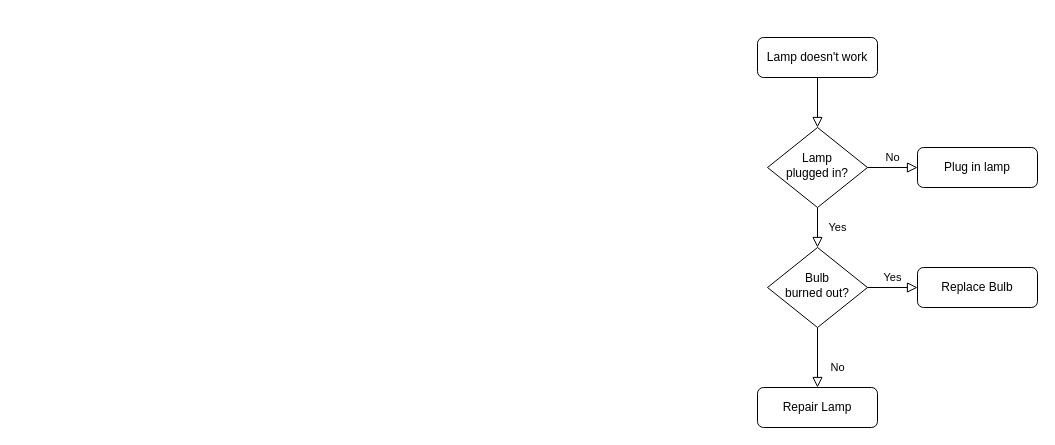
The draw.io diagram Diagrama sem nome.drawio in Punchzin/AulasDS, before the edit. Source tidied: cells renumbered, new cells numbered last; positions are measured from the earlier drawing's top-left corner, leaving out a move shared by most shapes. Both pictures are drawn from the tidied source at 100%, with x=0, y=0 at pixel (757, 37).
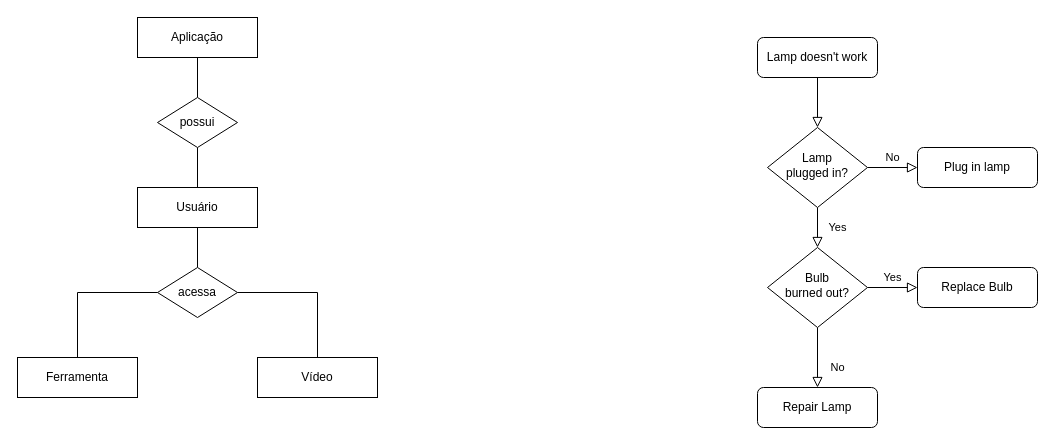
The same diagram, later.

What changed in the source:
```diff
@@
+    <mxCell id="13" style="edgeStyle=orthogonalEdgeStyle;rounded=0;jettySize=auto;html=1;entryX=0.5;entryY=0;entryDx=0;entryDy=0;endArrow=none;endFill=0;" parent="1" edge="1" source="14" target="16">
+      <mxGeometry relative="1" as="geometry" />
+    </mxCell>
+    <mxCell id="14" value="Aplicação" style="rounded=0;whiteSpace=wrap;html=1;" parent="1" vertex="1">
+      <mxGeometry x="-620" y="-20" width="120" height="40" as="geometry" />
+    </mxCell>
+    <mxCell id="15" style="edgeStyle=orthogonalEdgeStyle;shape=connector;rounded=0;jettySize=auto;html=1;labelBackgroundColor=default;strokeColor=default;align=center;verticalAlign=middle;fontFamily=Helvetica;fontSize=11;fontColor=default;endArrow=none;endFill=0;" parent="1" edge="1" source="16" target="18">
+      <mxGeometry relative="1" as="geometry" />
+    </mxCell>
+    <mxCell id="16" value="possui" style="rhombus;whiteSpace=wrap;html=1;" parent="1" vertex="1">
+      <mxGeometry x="-600" y="60" width="80" height="50" as="geometry" />
+    </mxCell>
+    <mxCell id="17" style="edgeStyle=orthogonalEdgeStyle;shape=connector;rounded=0;jettySize=auto;html=1;entryX=0.5;entryY=0;entryDx=0;entryDy=0;labelBackgroundColor=default;strokeColor=default;align=center;verticalAlign=middle;fontFamily=Helvetica;fontSize=11;fontColor=default;endArrow=none;endFill=0;" parent="1" edge="1" source="18" target="21">
+      <mxGeometry relative="1" as="geometry" />
+    </mxCell>
+    <mxCell id="18" value="Usuário" style="rounded=0;whiteSpace=wrap;html=1;" parent="1" vertex="1">
+      <mxGeometry x="-620" y="150" width="120" height="40" as="geometry" />
+    </mxCell>
+    <mxCell id="19" style="edgeStyle=orthogonalEdgeStyle;rounded=0;jettySize=auto;html=1;endArrow=none;endFill=0;" parent="1" edge="1" source="21" target="22">
+      <mxGeometry relative="1" as="geometry" />
+    </mxCell>
+    <mxCell id="20" style="edgeStyle=orthogonalEdgeStyle;jettySize=auto;html=1;entryX=0.5;entryY=0;entryDx=0;entryDy=0;strokeColor=default;rounded=0;endArrow=none;endFill=0;" parent="1" edge="1" source="21" target="23">
+      <mxGeometry relative="1" as="geometry" />
+    </mxCell>
+    <mxCell id="21" value="acessa" style="rhombus;whiteSpace=wrap;html=1;" parent="1" vertex="1">
+      <mxGeometry x="-600" y="230" width="80" height="50" as="geometry" />
+    </mxCell>
+    <mxCell id="22" value="Ferramenta" style="rounded=0;whiteSpace=wrap;html=1;" parent="1" vertex="1">
+      <mxGeometry x="-740" y="320" width="120" height="40" as="geometry" />
+    </mxCell>
+    <mxCell id="23" value="Vídeo" style="rounded=0;whiteSpace=wrap;html=1;" parent="1" vertex="1">
+      <mxGeometry x="-500" y="320" width="120" height="40" as="geometry" />
+    </mxCell>
```
